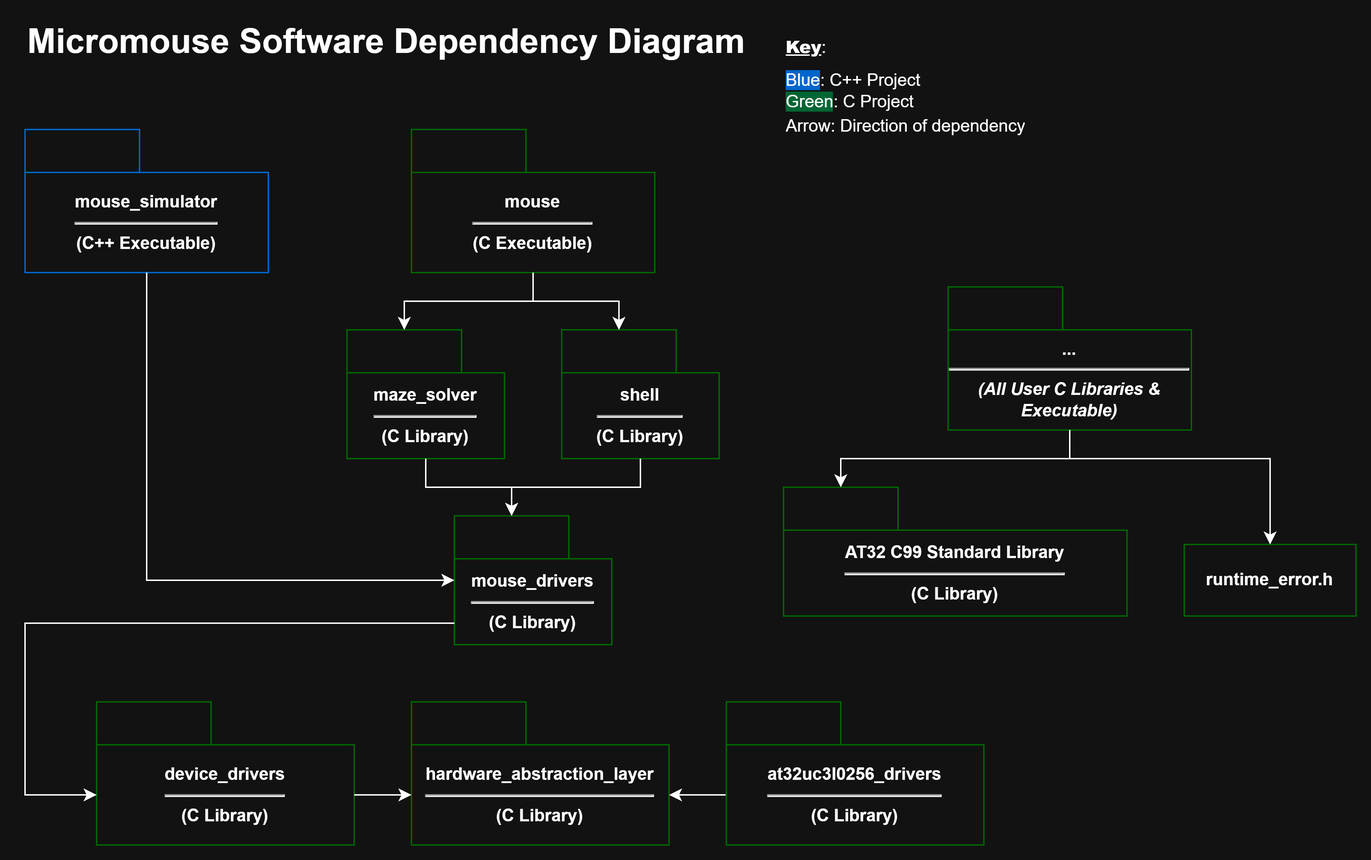
Earlier version of the draw.io export software-architecture/_images/software-architecture.drawio.png (Mouse-Unit-07/sketches). Source tidied: cells renumbered, new cells last; positions are measured from the earlier drawing's top-left corner, leaving out a move shared by most shapes.
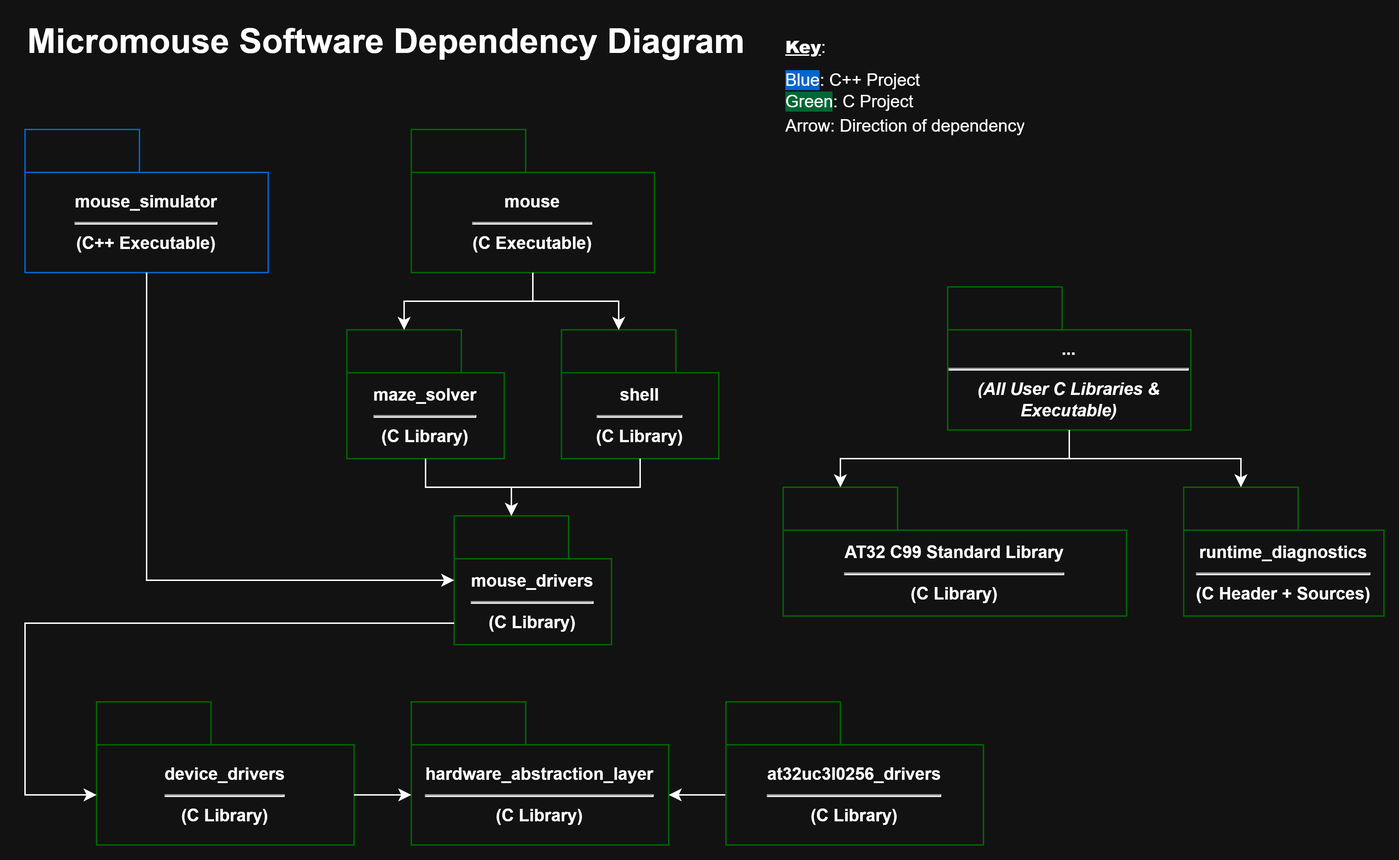
After the change.

Commit message:
docs: add runtime diagnostics module

What changed in the source:
```diff
@@ -26,9 +26,6 @@
     <mxCell id="9" value="&lt;div&gt;at32uc3l0256_drivers&lt;/div&gt;&lt;div&gt;&lt;hr&gt;&lt;/div&gt;&lt;div&gt;(C Library)&lt;/div&gt;" style="shape=folder;fontStyle=1;tabWidth=80;tabHeight=30;tabPosition=left;html=1;boundedLbl=1;whiteSpace=wrap;strokeColor=#006600;" parent="1" vertex="1">
       <mxGeometry x="490" y="480" width="180" height="100" as="geometry" />
     </mxCell>
-    <mxCell id="10" value="&lt;b&gt;runtime_error.h&lt;/b&gt;" style="rounded=0;whiteSpace=wrap;html=1;strokeColor=#006600;" parent="1" vertex="1">
-      <mxGeometry x="810" y="370" width="120" height="50" as="geometry" />
-    </mxCell>
     <mxCell id="11" value="&lt;div&gt;mouse_simulator&lt;/div&gt;&lt;div&gt;&lt;hr&gt;(C++ Executable)&lt;/div&gt;" style="shape=folder;fontStyle=1;tabWidth=80;tabHeight=30;tabPosition=left;html=1;boundedLbl=1;whiteSpace=wrap;strokeColor=#0066CC;" parent="1" vertex="1">
       <mxGeometry y="80" width="170" height="100" as="geometry" />
     </mxCell>
@@ -58,14 +55,6 @@
     <mxCell id="18" style="edgeStyle=orthogonalEdgeStyle;rounded=0;jettySize=auto;html=1;entryX=0;entryY=0;entryDx=0;entryDy=45;entryPerimeter=0;exitX=0.5;exitY=1;exitDx=0;exitDy=0;exitPerimeter=0;" parent="1" edge="1" source="11" target="4">
       <mxGeometry relative="1" as="geometry" />
     </mxCell>
-    <mxCell id="19" style="edgeStyle=orthogonalEdgeStyle;rounded=0;jettySize=auto;html=1;entryX=0.5;entryY=0;entryDx=0;entryDy=0;" parent="1" edge="1" source="20" target="10">
-      <mxGeometry relative="1" as="geometry">
-        <Array as="points">
-          <mxPoint x="730" y="310" />
-          <mxPoint x="870" y="310" />
-        </Array>
-      </mxGeometry>
-    </mxCell>
     <mxCell id="20" value="&lt;div&gt;...&lt;/div&gt;&lt;div&gt;&lt;hr&gt;&lt;/div&gt;&lt;div&gt;&lt;i&gt;(All User C Libraries &amp;amp; Executable)&lt;/i&gt;&lt;/div&gt;" style="shape=folder;fontStyle=1;tabWidth=80;tabHeight=30;tabPosition=left;html=1;boundedLbl=1;whiteSpace=wrap;strokeColor=#006600;" parent="1" vertex="1">
       <mxGeometry x="645" y="190" width="170" height="100" as="geometry" />
     </mxCell>
@@ -88,5 +77,11 @@
         <mxPoint x="270" y="545" as="targetPoint" />
       </mxGeometry>
     </mxCell>
+    <mxCell id="25" value="&lt;div&gt;runtime_diagnostics&lt;/div&gt;&lt;div&gt;&lt;hr&gt;&lt;/div&gt;&lt;div&gt;(C Header + Sources)&lt;/div&gt;" style="shape=folder;fontStyle=1;tabWidth=80;tabHeight=30;tabPosition=left;html=1;boundedLbl=1;whiteSpace=wrap;strokeColor=#006600;" parent="1" vertex="1">
+      <mxGeometry x="810" y="330" width="140" height="90" as="geometry" />
+    </mxCell>
+    <mxCell id="26" style="edgeStyle=orthogonalEdgeStyle;rounded=0;jettySize=auto;html=1;entryX=0;entryY=0;entryDx=40;entryDy=0;entryPerimeter=0;" parent="1" edge="1" source="20" target="25">
+      <mxGeometry relative="1" as="geometry" />
+    </mxCell>
   </root>
 </mxGraphModel>
```
